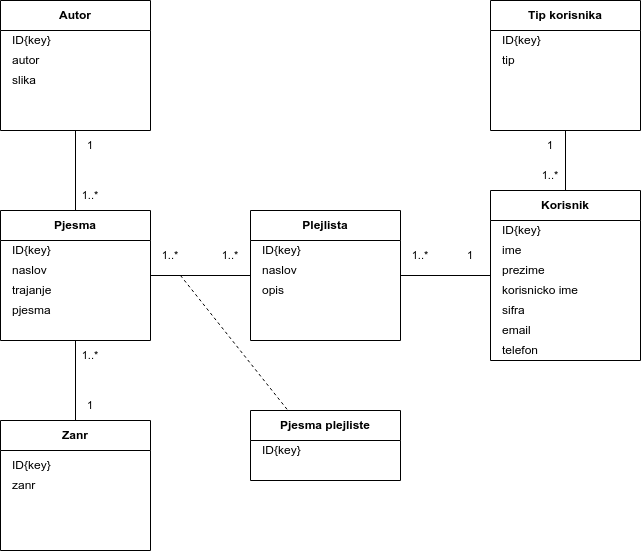
Above: docs/Izvjestaj1/ClassDiagram.png in Balsa-Dogandzic/SoundBazaar (draw.io), before the change. Source tidied: cells renumbered, new cells last; positions are measured from the earlier drawing's top-left corner, leaving out a move shared by most shapes. Its diagram source:
```xml
<mxGraphModel background="#FFFFFF">
  <root>
    <mxCell id="0" />
    <mxCell id="1" parent="0" />
    <mxCell id="2" style="edgeStyle=orthogonalEdgeStyle;rounded=0;jettySize=auto;html=1;exitX=0.5;exitY=0;exitDx=0;exitDy=0;entryX=0.5;entryY=1;entryDx=0;entryDy=0;strokeColor=default;align=center;verticalAlign=middle;fontFamily=Helvetica;fontSize=11;fontColor=default;labelBackgroundColor=default;endArrow=none;endFill=0;" parent="1" edge="1" source="3" target="24">
      <mxGeometry relative="1" as="geometry" />
    </mxCell>
    <mxCell id="3" value="Korisnik" style="swimlane;whiteSpace=wrap;html=1;startSize=30;" parent="1" vertex="1">
      <mxGeometry x="490" y="190" width="150" height="170" as="geometry" />
    </mxCell>
    <mxCell id="4" value="ID{key}" style="text;html=1;align=left;verticalAlign=middle;whiteSpace=wrap;rounded=0;" parent="3" vertex="1">
      <mxGeometry x="10" y="30" width="130" height="20" as="geometry" />
    </mxCell>
    <mxCell id="5" value="ime" style="text;html=1;align=left;verticalAlign=middle;whiteSpace=wrap;rounded=0;" parent="3" vertex="1">
      <mxGeometry x="10" y="50" width="130" height="20" as="geometry" />
    </mxCell>
    <mxCell id="6" value="prezime" style="text;html=1;align=left;verticalAlign=middle;whiteSpace=wrap;rounded=0;" parent="3" vertex="1">
      <mxGeometry x="10" y="70" width="130" height="20" as="geometry" />
    </mxCell>
    <mxCell id="7" value="korisnicko ime" style="text;html=1;align=left;verticalAlign=middle;whiteSpace=wrap;rounded=0;" parent="3" vertex="1">
      <mxGeometry x="10" y="90" width="130" height="20" as="geometry" />
    </mxCell>
    <mxCell id="8" value="sifra" style="text;html=1;align=left;verticalAlign=middle;whiteSpace=wrap;rounded=0;" parent="3" vertex="1">
      <mxGeometry x="10" y="110" width="130" height="20" as="geometry" />
    </mxCell>
    <mxCell id="9" value="email" style="text;html=1;align=left;verticalAlign=middle;whiteSpace=wrap;rounded=0;" parent="3" vertex="1">
      <mxGeometry x="10" y="130" width="130" height="20" as="geometry" />
    </mxCell>
    <mxCell id="10" value="telefon" style="text;html=1;align=left;verticalAlign=middle;whiteSpace=wrap;rounded=0;" parent="3" vertex="1">
      <mxGeometry x="10" y="150" width="130" height="20" as="geometry" />
    </mxCell>
    <mxCell id="11" style="edgeStyle=orthogonalEdgeStyle;rounded=0;jettySize=auto;html=1;exitX=0.5;exitY=1;exitDx=0;exitDy=0;endArrow=none;endFill=0;" parent="1" edge="1" source="12" target="19">
      <mxGeometry relative="1" as="geometry" />
    </mxCell>
    <mxCell id="12" value="Autor" style="swimlane;whiteSpace=wrap;html=1;startSize=30;" parent="1" vertex="1">
      <mxGeometry width="150" height="130" as="geometry" />
    </mxCell>
    <mxCell id="13" value="ID{key}" style="text;html=1;align=left;verticalAlign=middle;whiteSpace=wrap;rounded=0;" parent="12" vertex="1">
      <mxGeometry x="10" y="30" width="130" height="20" as="geometry" />
    </mxCell>
    <mxCell id="14" value="autor" style="text;html=1;align=left;verticalAlign=middle;whiteSpace=wrap;rounded=0;" parent="12" vertex="1">
      <mxGeometry x="10" y="50" width="130" height="20" as="geometry" />
    </mxCell>
    <mxCell id="15" value="slika" style="text;html=1;align=left;verticalAlign=middle;whiteSpace=wrap;rounded=0;" parent="12" vertex="1">
      <mxGeometry x="10" y="70" width="130" height="20" as="geometry" />
    </mxCell>
    <mxCell id="16" style="edgeStyle=orthogonalEdgeStyle;rounded=0;jettySize=auto;html=1;exitX=0.5;exitY=1;exitDx=0;exitDy=0;strokeColor=default;align=center;verticalAlign=middle;fontFamily=Helvetica;fontSize=11;fontColor=default;labelBackgroundColor=default;endArrow=none;endFill=0;" parent="1" edge="1" source="19" target="32">
      <mxGeometry relative="1" as="geometry" />
    </mxCell>
    <mxCell id="17" style="rounded=0;jettySize=auto;html=1;entryX=0.25;entryY=0;entryDx=0;entryDy=0;strokeColor=default;align=center;verticalAlign=middle;fontFamily=Helvetica;fontSize=11;fontColor=default;labelBackgroundColor=default;endArrow=none;endFill=0;dashed=1;" parent="1" edge="1" target="45">
      <mxGeometry relative="1" as="geometry">
        <mxPoint x="180" y="275" as="sourcePoint" />
      </mxGeometry>
    </mxCell>
    <mxCell id="18" style="rounded=0;jettySize=auto;html=1;exitX=1;exitY=0.5;exitDx=0;exitDy=0;strokeColor=default;align=center;verticalAlign=middle;fontFamily=Helvetica;fontSize=11;fontColor=default;labelBackgroundColor=default;endArrow=none;endFill=0;" parent="1" edge="1" source="19">
      <mxGeometry relative="1" as="geometry">
        <mxPoint x="250" y="275" as="targetPoint" />
      </mxGeometry>
    </mxCell>
    <mxCell id="19" value="Pjesma" style="swimlane;whiteSpace=wrap;html=1;startSize=30;" parent="1" vertex="1">
      <mxGeometry y="210" width="150" height="130" as="geometry" />
    </mxCell>
    <mxCell id="20" value="ID{key}" style="text;html=1;align=left;verticalAlign=middle;whiteSpace=wrap;rounded=0;" parent="19" vertex="1">
      <mxGeometry x="10" y="30" width="130" height="20" as="geometry" />
    </mxCell>
    <mxCell id="21" value="naslov" style="text;html=1;align=left;verticalAlign=middle;whiteSpace=wrap;rounded=0;" parent="19" vertex="1">
      <mxGeometry x="10" y="50" width="130" height="20" as="geometry" />
    </mxCell>
    <mxCell id="22" value="trajanje" style="text;html=1;align=left;verticalAlign=middle;whiteSpace=wrap;rounded=0;" parent="19" vertex="1">
      <mxGeometry x="10" y="70" width="130" height="20" as="geometry" />
    </mxCell>
    <mxCell id="23" value="pjesma" style="text;html=1;align=left;verticalAlign=middle;whiteSpace=wrap;rounded=0;" parent="19" vertex="1">
      <mxGeometry x="10" y="90" width="130" height="20" as="geometry" />
    </mxCell>
    <mxCell id="24" value="Tip korisnika" style="swimlane;whiteSpace=wrap;html=1;startSize=30;" parent="1" vertex="1">
      <mxGeometry x="490" width="150" height="130" as="geometry" />
    </mxCell>
    <mxCell id="25" value="ID{key}" style="text;html=1;align=left;verticalAlign=middle;whiteSpace=wrap;rounded=0;" parent="24" vertex="1">
      <mxGeometry x="10" y="30" width="130" height="20" as="geometry" />
    </mxCell>
    <mxCell id="26" value="tip" style="text;html=1;align=left;verticalAlign=middle;whiteSpace=wrap;rounded=0;" parent="24" vertex="1">
      <mxGeometry x="10" y="50" width="130" height="20" as="geometry" />
    </mxCell>
    <mxCell id="27" style="edgeStyle=orthogonalEdgeStyle;rounded=0;jettySize=auto;html=1;exitX=1;exitY=0.5;exitDx=0;exitDy=0;entryX=0;entryY=0.5;entryDx=0;entryDy=0;strokeColor=default;align=center;verticalAlign=middle;fontFamily=Helvetica;fontSize=11;fontColor=default;labelBackgroundColor=default;endArrow=none;endFill=0;" parent="1" edge="1" source="28" target="3">
      <mxGeometry relative="1" as="geometry" />
    </mxCell>
    <mxCell id="28" value="Plejlista" style="swimlane;whiteSpace=wrap;html=1;startSize=30;" parent="1" vertex="1">
      <mxGeometry x="250" y="210" width="150" height="130" as="geometry" />
    </mxCell>
    <mxCell id="29" value="ID{key}" style="text;html=1;align=left;verticalAlign=middle;whiteSpace=wrap;rounded=0;" parent="28" vertex="1">
      <mxGeometry x="10" y="30" width="130" height="20" as="geometry" />
    </mxCell>
    <mxCell id="30" value="naslov" style="text;html=1;align=left;verticalAlign=middle;whiteSpace=wrap;rounded=0;" parent="28" vertex="1">
      <mxGeometry x="10" y="50" width="130" height="20" as="geometry" />
    </mxCell>
    <mxCell id="31" value="opis" style="text;html=1;align=left;verticalAlign=middle;whiteSpace=wrap;rounded=0;" parent="28" vertex="1">
      <mxGeometry x="10" y="70" width="130" height="20" as="geometry" />
    </mxCell>
    <mxCell id="32" value="Zanr" style="swimlane;whiteSpace=wrap;html=1;startSize=30;" parent="1" vertex="1">
      <mxGeometry y="420" width="150" height="130" as="geometry" />
    </mxCell>
    <mxCell id="33" value="ID{key}" style="text;html=1;align=left;verticalAlign=middle;whiteSpace=wrap;rounded=0;" parent="32" vertex="1">
      <mxGeometry x="10" y="30" width="130" height="30" as="geometry" />
    </mxCell>
    <mxCell id="34" value="zanr" style="text;html=1;align=left;verticalAlign=middle;whiteSpace=wrap;rounded=0;" parent="32" vertex="1">
      <mxGeometry x="10" y="55" width="130" height="20" as="geometry" />
    </mxCell>
    <mxCell id="35" value="1" style="text;html=1;align=center;verticalAlign=middle;whiteSpace=wrap;rounded=0;fontFamily=Helvetica;fontSize=11;fontColor=default;labelBackgroundColor=default;" parent="1" vertex="1">
      <mxGeometry x="80" y="130" width="20" height="30" as="geometry" />
    </mxCell>
    <mxCell id="36" value="1..*" style="text;html=1;align=center;verticalAlign=middle;whiteSpace=wrap;rounded=0;fontFamily=Helvetica;fontSize=11;fontColor=default;labelBackgroundColor=default;" parent="1" vertex="1">
      <mxGeometry x="160" y="240" width="20" height="30" as="geometry" />
    </mxCell>
    <mxCell id="37" value="1..*" style="text;html=1;align=center;verticalAlign=middle;whiteSpace=wrap;rounded=0;fontFamily=Helvetica;fontSize=11;fontColor=default;labelBackgroundColor=default;" parent="1" vertex="1">
      <mxGeometry x="220" y="240" width="20" height="30" as="geometry" />
    </mxCell>
    <mxCell id="38" value="1..*" style="text;html=1;align=center;verticalAlign=middle;whiteSpace=wrap;rounded=0;fontFamily=Helvetica;fontSize=11;fontColor=default;labelBackgroundColor=default;" parent="1" vertex="1">
      <mxGeometry x="80" y="180" width="20" height="30" as="geometry" />
    </mxCell>
    <mxCell id="39" value="1..*" style="text;html=1;align=center;verticalAlign=middle;whiteSpace=wrap;rounded=0;fontFamily=Helvetica;fontSize=11;fontColor=default;labelBackgroundColor=default;" parent="1" vertex="1">
      <mxGeometry x="80" y="340" width="20" height="30" as="geometry" />
    </mxCell>
    <mxCell id="40" value="1" style="text;html=1;align=center;verticalAlign=middle;whiteSpace=wrap;rounded=0;fontFamily=Helvetica;fontSize=11;fontColor=default;labelBackgroundColor=default;" parent="1" vertex="1">
      <mxGeometry x="80" y="390" width="20" height="30" as="geometry" />
    </mxCell>
    <mxCell id="41" value="1..*" style="text;html=1;align=center;verticalAlign=middle;whiteSpace=wrap;rounded=0;fontFamily=Helvetica;fontSize=11;fontColor=default;labelBackgroundColor=default;" parent="1" vertex="1">
      <mxGeometry x="410" y="240" width="20" height="30" as="geometry" />
    </mxCell>
    <mxCell id="42" value="1" style="text;html=1;align=center;verticalAlign=middle;whiteSpace=wrap;rounded=0;fontFamily=Helvetica;fontSize=11;fontColor=default;labelBackgroundColor=default;" parent="1" vertex="1">
      <mxGeometry x="460" y="240" width="20" height="30" as="geometry" />
    </mxCell>
    <mxCell id="43" value="1" style="text;html=1;align=center;verticalAlign=middle;whiteSpace=wrap;rounded=0;fontFamily=Helvetica;fontSize=11;fontColor=default;labelBackgroundColor=default;" parent="1" vertex="1">
      <mxGeometry x="540" y="130" width="20" height="30" as="geometry" />
    </mxCell>
    <mxCell id="44" value="1..*" style="text;html=1;align=center;verticalAlign=middle;whiteSpace=wrap;rounded=0;fontFamily=Helvetica;fontSize=11;fontColor=default;labelBackgroundColor=default;" parent="1" vertex="1">
      <mxGeometry x="540" y="160" width="20" height="30" as="geometry" />
    </mxCell>
    <mxCell id="45" value="Pjesma plejliste" style="swimlane;whiteSpace=wrap;html=1;startSize=30;" parent="1" vertex="1">
      <mxGeometry x="250" y="410" width="150" height="70" as="geometry" />
    </mxCell>
    <mxCell id="46" value="ID{key}" style="text;html=1;align=left;verticalAlign=middle;whiteSpace=wrap;rounded=0;" parent="45" vertex="1">
      <mxGeometry x="10" y="30" width="130" height="20" as="geometry" />
    </mxCell>
  </root>
</mxGraphModel>
```
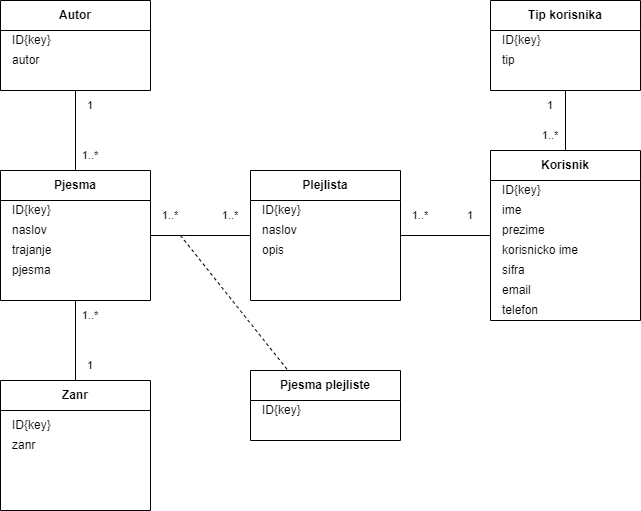
After the change.

The edit, as a diff of the source:
```diff
@@ -33,7 +33,7 @@
       <mxGeometry relative="1" as="geometry" />
     </mxCell>
     <mxCell id="12" value="Autor" style="swimlane;whiteSpace=wrap;html=1;startSize=30;" parent="1" vertex="1">
-      <mxGeometry width="150" height="130" as="geometry" />
+      <mxGeometry y="40" width="150" height="90" as="geometry" />
     </mxCell>
     <mxCell id="13" value="ID{key}" style="text;html=1;align=left;verticalAlign=middle;whiteSpace=wrap;rounded=0;" parent="12" vertex="1">
       <mxGeometry x="10" y="30" width="130" height="20" as="geometry" />
@@ -41,9 +41,6 @@
     <mxCell id="14" value="autor" style="text;html=1;align=left;verticalAlign=middle;whiteSpace=wrap;rounded=0;" parent="12" vertex="1">
       <mxGeometry x="10" y="50" width="130" height="20" as="geometry" />
     </mxCell>
-    <mxCell id="15" value="slika" style="text;html=1;align=left;verticalAlign=middle;whiteSpace=wrap;rounded=0;" parent="12" vertex="1">
-      <mxGeometry x="10" y="70" width="130" height="20" as="geometry" />
-    </mxCell>
     <mxCell id="16" style="edgeStyle=orthogonalEdgeStyle;rounded=0;jettySize=auto;html=1;exitX=0.5;exitY=1;exitDx=0;exitDy=0;strokeColor=default;align=center;verticalAlign=middle;fontFamily=Helvetica;fontSize=11;fontColor=default;labelBackgroundColor=default;endArrow=none;endFill=0;" parent="1" edge="1" source="19" target="32">
       <mxGeometry relative="1" as="geometry" />
     </mxCell>
@@ -73,7 +70,7 @@
       <mxGeometry x="10" y="90" width="130" height="20" as="geometry" />
     </mxCell>
     <mxCell id="24" value="Tip korisnika" style="swimlane;whiteSpace=wrap;html=1;startSize=30;" parent="1" vertex="1">
-      <mxGeometry x="490" width="150" height="130" as="geometry" />
+      <mxGeometry x="490" y="40" width="150" height="90" as="geometry" />
     </mxCell>
     <mxCell id="25" value="ID{key}" style="text;html=1;align=left;verticalAlign=middle;whiteSpace=wrap;rounded=0;" parent="24" vertex="1">
       <mxGeometry x="10" y="30" width="130" height="20" as="geometry" />
```
